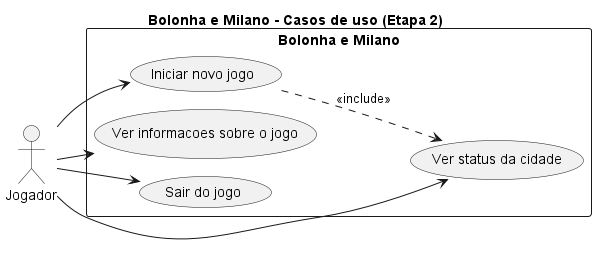
This is casos-de-uso/diagrama-casos-de-uso.png from JoaoPauloQC/bolonha-milano, a PlantUML export, as it was before one commit. Source of this version:
```plantuml
@startuml diagrama-casos-de-uso
!pragma layout smetana
title Bolonha e Milano - Casos de uso (Etapa 2)
left to right direction

actor Jogador

rectangle "Bolonha e Milano" {
  usecase "Iniciar novo jogo" as UC1
  usecase "Ver status da cidade" as UC2
  usecase "Ver informacoes sobre o jogo" as UC3
  usecase "Sair do jogo" as UC4
}

Jogador --> UC1
Jogador --> UC2
Jogador --> UC3
Jogador --> UC4
UC1 ..> UC2 : <<include>>
@enduml
```
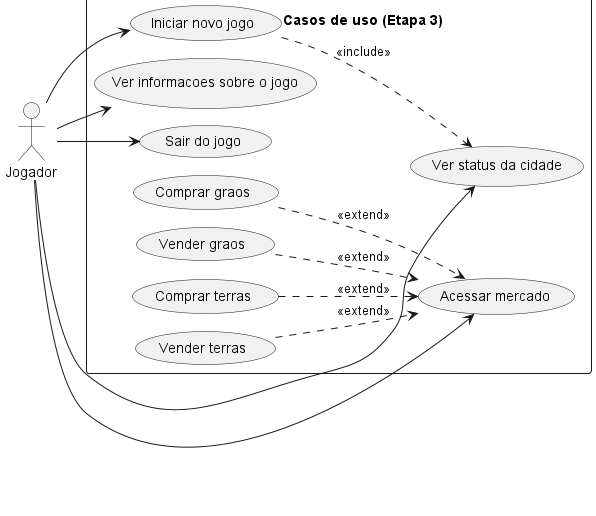
After the commit.

Commit message:
etapa 3: diagramas atualizados

The edit, as a diff of the source:
```diff
@@ -1,6 +1,6 @@
 @startuml diagrama-casos-de-uso
 !pragma layout smetana
-title Bolonha e Milano - Casos de uso (Etapa 2)
+title Bolonha e Milano - Casos de uso (Etapa 3)
 left to right direction
 
 actor Jogador
@@ -8,13 +8,25 @@
 rectangle "Bolonha e Milano" {
   usecase "Iniciar novo jogo" as UC1
   usecase "Ver status da cidade" as UC2
-  usecase "Ver informacoes sobre o jogo" as UC3
-  usecase "Sair do jogo" as UC4
+  usecase "Acessar mercado" as UC3
+  usecase "Ver informacoes sobre o jogo" as UC9
+  usecase "Sair do jogo" as UC10
+
+  usecase "Comprar graos" as M1
+  usecase "Vender graos" as M2
+  usecase "Comprar terras" as M3
+  usecase "Vender terras" as M4
 }
 
 Jogador --> UC1
 Jogador --> UC2
 Jogador --> UC3
-Jogador --> UC4
+Jogador --> UC9
+Jogador --> UC10
 UC1 ..> UC2 : <<include>>
+
+M1 ..> UC3 : <<extend>>
+M2 ..> UC3 : <<extend>>
+M3 ..> UC3 : <<extend>>
+M4 ..> UC3 : <<extend>>
 @enduml
```
